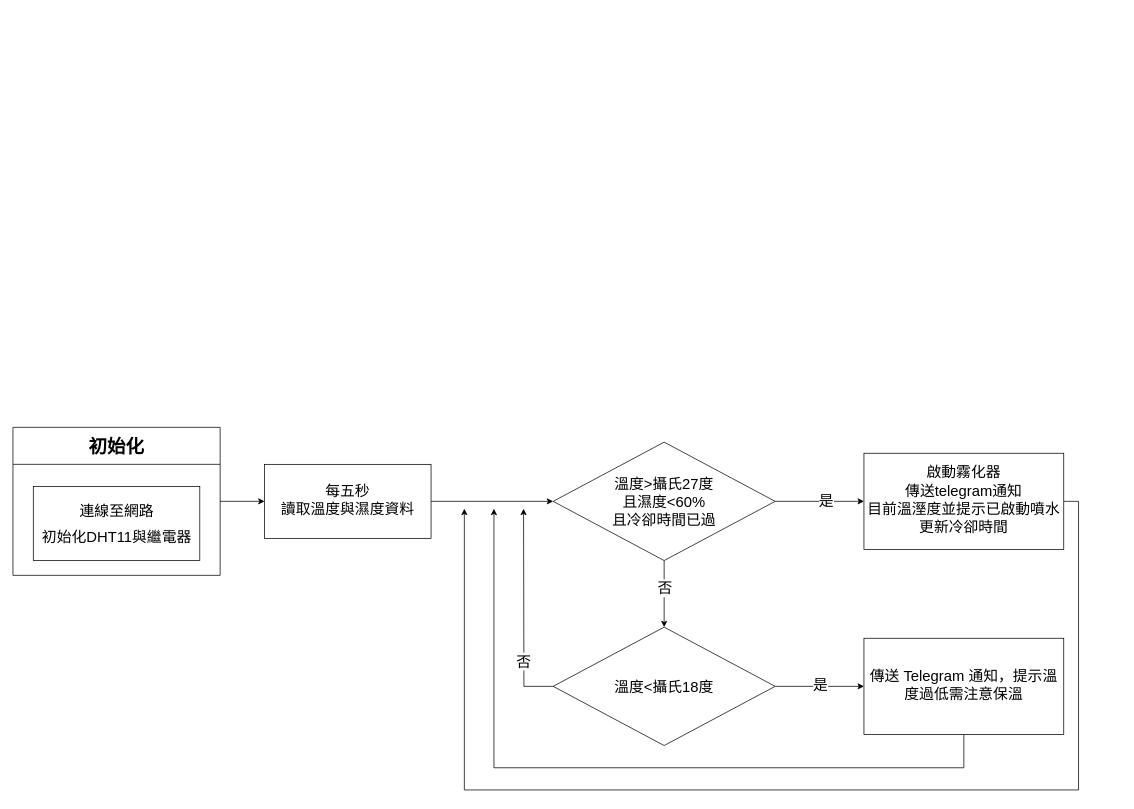
Above: newDHT.drawio in shuuuuyu/draw.io (draw.io), before the change. Source tidied: cells renumbered, new cells numbered last; positions are measured from the earlier drawing's top-left corner, leaving out a move shared by most shapes. Both pictures are drawn from the tidied source at 74%, with x=0, y=0 at pixel (13, 427).
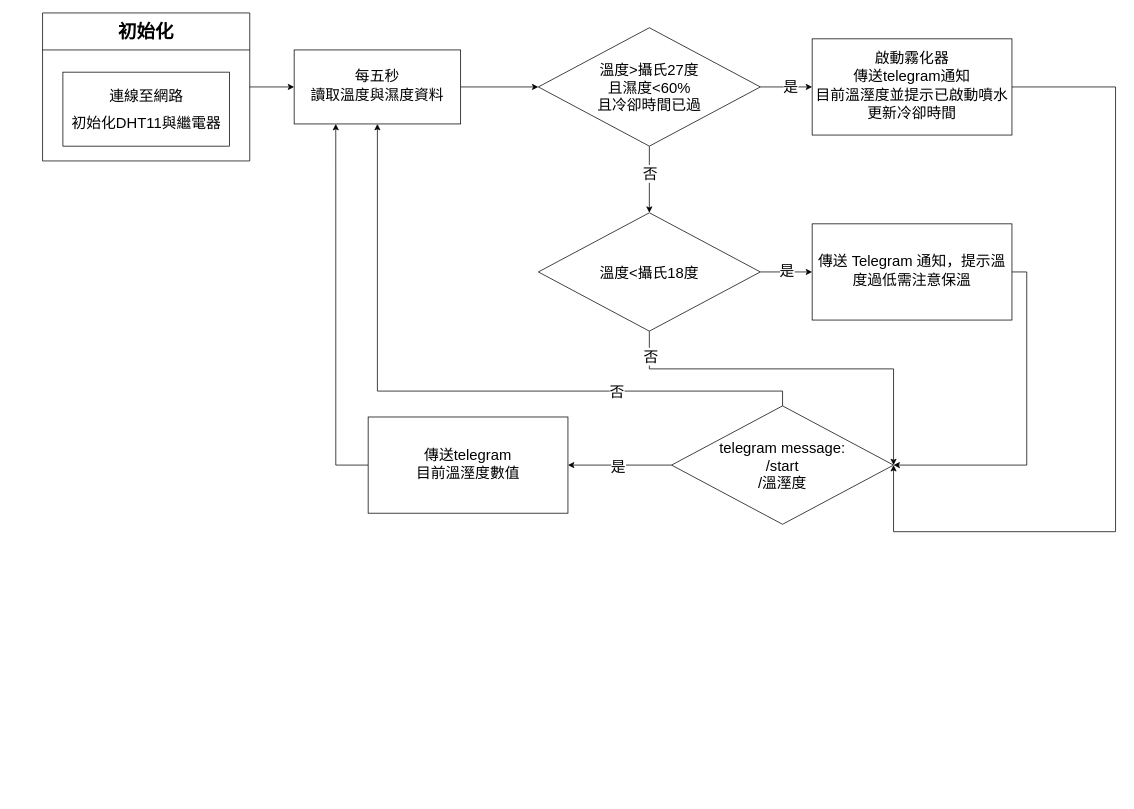
The same page after the edit.

Change to the diagram source:
```diff
@@
     <mxCell id="3" value="&lt;span style=&quot;font-size: 25px;&quot;&gt;初始化&lt;/span&gt;" style="swimlane;whiteSpace=wrap;html=1;startSize=50;" parent="1" vertex="1">
-      <mxGeometry width="280" height="200" as="geometry" />
+      <mxGeometry x="40" y="-560" width="280" height="200" as="geometry" />
     </mxCell>
@@
     <mxCell id="6" value="&lt;div style=&quot;line-height: 180%;&quot;&gt;&lt;span style=&quot;font-size: 20px;&quot;&gt;每五秒&lt;/span&gt;&lt;/div&gt;&lt;div style=&quot;line-height: 180%;&quot;&gt;&lt;span style=&quot;font-size: 20px;&quot;&gt;讀取溫度與濕度資料&lt;/span&gt;&lt;/div&gt;" style="rounded=0;whiteSpace=wrap;html=1;" parent="1" vertex="1">
-      <mxGeometry x="340" y="50" width="225" height="100" as="geometry" />
+      <mxGeometry x="380" y="-510" width="225" height="100" as="geometry" />
     </mxCell>
@@
     <mxCell id="11" value="&lt;font style=&quot;font-size: 20px;&quot;&gt;溫度&amp;gt;攝氏27度&lt;/font&gt;&lt;div&gt;&lt;font style=&quot;font-size: 20px;&quot;&gt;且濕度&amp;lt;60%&lt;/font&gt;&lt;/div&gt;&lt;div&gt;&lt;font style=&quot;font-size: 20px;&quot;&gt;且冷卻時間已過&lt;/font&gt;&lt;/div&gt;" style="rhombus;whiteSpace=wrap;html=1;" parent="1" vertex="1">
-      <mxGeometry x="730" y="20" width="300" height="160" as="geometry" />
+      <mxGeometry x="710" y="-540" width="300" height="160" as="geometry" />
     </mxCell>
-    <mxCell id="12" style="edgeStyle=orthogonalEdgeStyle;rounded=0;jettySize=auto;html=1;exitX=1;exitY=0.5;exitDx=0;exitDy=0;" parent="1" edge="1" source="13">
-      <mxGeometry relative="1" as="geometry">
-        <mxPoint x="610" y="110" as="targetPoint" />
-        <Array as="points">
-          <mxPoint x="1440" y="100" />
-          <mxPoint x="1440" y="490" />
-          <mxPoint x="610" y="490" />
-        </Array>
-      </mxGeometry>
-    </mxCell>
+    <mxCell id="21" style="edgeStyle=orthogonalEdgeStyle;rounded=0;jettySize=auto;html=1;exitX=1;exitY=0.5;exitDx=0;exitDy=0;entryX=1;entryY=0.5;entryDx=0;entryDy=0;" parent="1" edge="1" source="13" target="29">
+      <mxGeometry relative="1" as="geometry">
+        <Array as="points">
+          <mxPoint x="1490" y="-460" />
+          <mxPoint x="1490" y="141" />
+          <mxPoint x="1190" y="141" />
+        </Array>
+      </mxGeometry>
+    </mxCell>
     <mxCell id="13" value="&lt;div style=&quot;line-height: 180%;&quot;&gt;&lt;span style=&quot;font-size: 20px;&quot;&gt;啟動霧化器&lt;/span&gt;&lt;/div&gt;&lt;div style=&quot;line-height: 180%;&quot;&gt;&lt;span style=&quot;font-size: 20px;&quot;&gt;傳送telegram通知&lt;/span&gt;&lt;/div&gt;&lt;div style=&quot;line-height: 180%;&quot;&gt;&lt;font style=&quot;font-size: 20px;&quot;&gt;目前溫溼度並提示已啟動噴水&lt;/font&gt;&lt;span style=&quot;font-size: 20px;&quot;&gt;&lt;/span&gt;&lt;/div&gt;&lt;div style=&quot;line-height: 180%;&quot;&gt;&lt;font style=&quot;font-size: 20px;&quot;&gt;更新冷卻時間&lt;/font&gt;&lt;/div&gt;" style="rounded=0;whiteSpace=wrap;html=1;" parent="1" vertex="1">
-      <mxGeometry x="1150" y="35" width="270" height="130" as="geometry" />
+      <mxGeometry x="1080" y="-525" width="270" height="130" as="geometry" />
     </mxCell>
@@
-    <mxCell id="16" style="edgeStyle=orthogonalEdgeStyle;rounded=0;jettySize=auto;html=1;exitX=0;exitY=0.5;exitDx=0;exitDy=0;" parent="1" edge="1" source="18">
-      <mxGeometry relative="1" as="geometry">
-        <mxPoint x="690" y="110" as="targetPoint" />
-      </mxGeometry>
-    </mxCell>
-    <mxCell id="17" value="否" style="edgeLabel;html=1;align=center;verticalAlign=middle;fontSize=20;" parent="16" vertex="1">
-      <mxGeometry x="-0.47" y="1" relative="1" as="geometry" />
-    </mxCell>
+    <mxCell id="22" style="edgeStyle=orthogonalEdgeStyle;rounded=0;jettySize=auto;html=1;exitX=0.5;exitY=1;exitDx=0;exitDy=0;entryX=1;entryY=0.5;entryDx=0;entryDy=0;" parent="1" edge="1" source="18" target="29">
+      <mxGeometry relative="1" as="geometry">
+        <Array as="points">
+          <mxPoint x="860" y="-79" />
+          <mxPoint x="1190" y="-79" />
+        </Array>
+      </mxGeometry>
+    </mxCell>
+    <mxCell id="23" value="否" style="edgeLabel;html=1;align=center;verticalAlign=middle;fontSize=20;" parent="22" vertex="1">
+      <mxGeometry x="-0.87" y="5" relative="1" as="geometry">
+        <mxPoint x="-4" as="offset" />
+      </mxGeometry>
+    </mxCell>
     <mxCell id="18" value="&lt;font style=&quot;font-size: 20px;&quot;&gt;溫度&amp;lt;攝氏18度&lt;/font&gt;" style="rhombus;whiteSpace=wrap;html=1;" parent="1" vertex="1">
-      <mxGeometry x="730" y="270" width="300" height="160" as="geometry" />
+      <mxGeometry x="710" y="-290" width="300" height="160" as="geometry" />
     </mxCell>
-    <mxCell id="19" style="edgeStyle=orthogonalEdgeStyle;rounded=0;jettySize=auto;html=1;exitX=0.5;exitY=1;exitDx=0;exitDy=0;" parent="1" edge="1" source="20">
-      <mxGeometry relative="1" as="geometry">
-        <mxPoint x="650" y="110" as="targetPoint" />
-        <Array as="points">
-          <mxPoint x="1285" y="460" />
-          <mxPoint x="650" y="460" />
-        </Array>
-      </mxGeometry>
-    </mxCell>
+    <mxCell id="24" style="edgeStyle=orthogonalEdgeStyle;rounded=0;jettySize=auto;html=1;exitX=1;exitY=0.5;exitDx=0;exitDy=0;entryX=1;entryY=0.5;entryDx=0;entryDy=0;" parent="1" edge="1" source="20" target="29">
+      <mxGeometry relative="1" as="geometry">
+        <Array as="points">
+          <mxPoint x="1370" y="-210" />
+          <mxPoint x="1370" y="51" />
+        </Array>
+      </mxGeometry>
+    </mxCell>
     <mxCell id="20" value="&lt;div style=&quot;line-height: 180%;&quot;&gt;&lt;font style=&quot;font-size: 20px;&quot;&gt;傳送 Telegram 通知，提示溫度過低需注意保溫&lt;/font&gt;&lt;/div&gt;" style="rounded=0;whiteSpace=wrap;html=1;" parent="1" vertex="1">
-      <mxGeometry x="1150" y="285" width="270" height="130" as="geometry" />
+      <mxGeometry x="1080" y="-275" width="270" height="130" as="geometry" />
     </mxCell>
+    <mxCell id="25" style="edgeStyle=orthogonalEdgeStyle;rounded=0;jettySize=auto;html=1;exitX=0;exitY=0.5;exitDx=0;exitDy=0;entryX=1;entryY=0.5;entryDx=0;entryDy=0;" parent="1" edge="1" source="29" target="31">
+      <mxGeometry relative="1" as="geometry" />
+    </mxCell>
+    <mxCell id="26" value="是" style="edgeLabel;html=1;align=center;verticalAlign=middle;fontSize=20;" parent="25" vertex="1">
+      <mxGeometry x="0.04" y="-1" relative="1" as="geometry">
+        <mxPoint y="2" as="offset" />
+      </mxGeometry>
+    </mxCell>
+    <mxCell id="27" style="edgeStyle=orthogonalEdgeStyle;rounded=0;jettySize=auto;html=1;exitX=0.5;exitY=0;exitDx=0;exitDy=0;entryX=0.5;entryY=1;entryDx=0;entryDy=0;" parent="1" edge="1" source="29" target="6">
+      <mxGeometry relative="1" as="geometry">
+        <Array as="points">
+          <mxPoint x="1040" y="-49" />
+          <mxPoint x="493" y="-49" />
+        </Array>
+      </mxGeometry>
+    </mxCell>
+    <mxCell id="28" value="否" style="edgeLabel;html=1;align=center;verticalAlign=middle;fontSize=20;" parent="27" vertex="1">
+      <mxGeometry x="-0.48" y="-1" relative="1" as="geometry">
+        <mxPoint x="-4" as="offset" />
+      </mxGeometry>
+    </mxCell>
+    <mxCell id="29" value="&lt;font style=&quot;font-size: 20px;&quot;&gt;telegram message:&lt;/font&gt;&lt;div&gt;&lt;font style=&quot;font-size: 20px;&quot;&gt;/start&lt;/font&gt;&lt;/div&gt;&lt;div&gt;&lt;font style=&quot;font-size: 20px;&quot;&gt;/溫溼度&lt;/font&gt;&lt;/div&gt;" style="rhombus;whiteSpace=wrap;html=1;" parent="1" vertex="1">
+      <mxGeometry x="890" y="-29" width="300" height="160" as="geometry" />
+    </mxCell>
+    <mxCell id="30" style="edgeStyle=orthogonalEdgeStyle;rounded=0;jettySize=auto;html=1;exitX=0;exitY=0.5;exitDx=0;exitDy=0;entryX=0.25;entryY=1;entryDx=0;entryDy=0;" parent="1" edge="1" source="31" target="6">
+      <mxGeometry relative="1" as="geometry" />
+    </mxCell>
+    <mxCell id="31" value="&lt;div style=&quot;line-height: 180%;&quot;&gt;&lt;font style=&quot;font-size: 20px;&quot;&gt;傳送telegram&lt;/font&gt;&lt;/div&gt;&lt;div style=&quot;line-height: 180%;&quot;&gt;&lt;font style=&quot;font-size: 20px;&quot;&gt;目前溫溼度數值&lt;/font&gt;&lt;/div&gt;" style="rounded=0;whiteSpace=wrap;html=1;" parent="1" vertex="1">
+      <mxGeometry x="480" y="-14" width="270" height="130" as="geometry" />
+    </mxCell>
```
